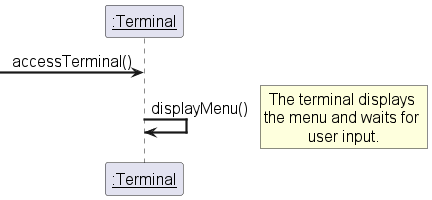
Cimpo1/SOEN342_2025 keeps this PlantUML diagram as Iteration 1/out/docs/Interaction design/accessTerminal Interaction Sequence Diagram.png. Above is the earlier version.
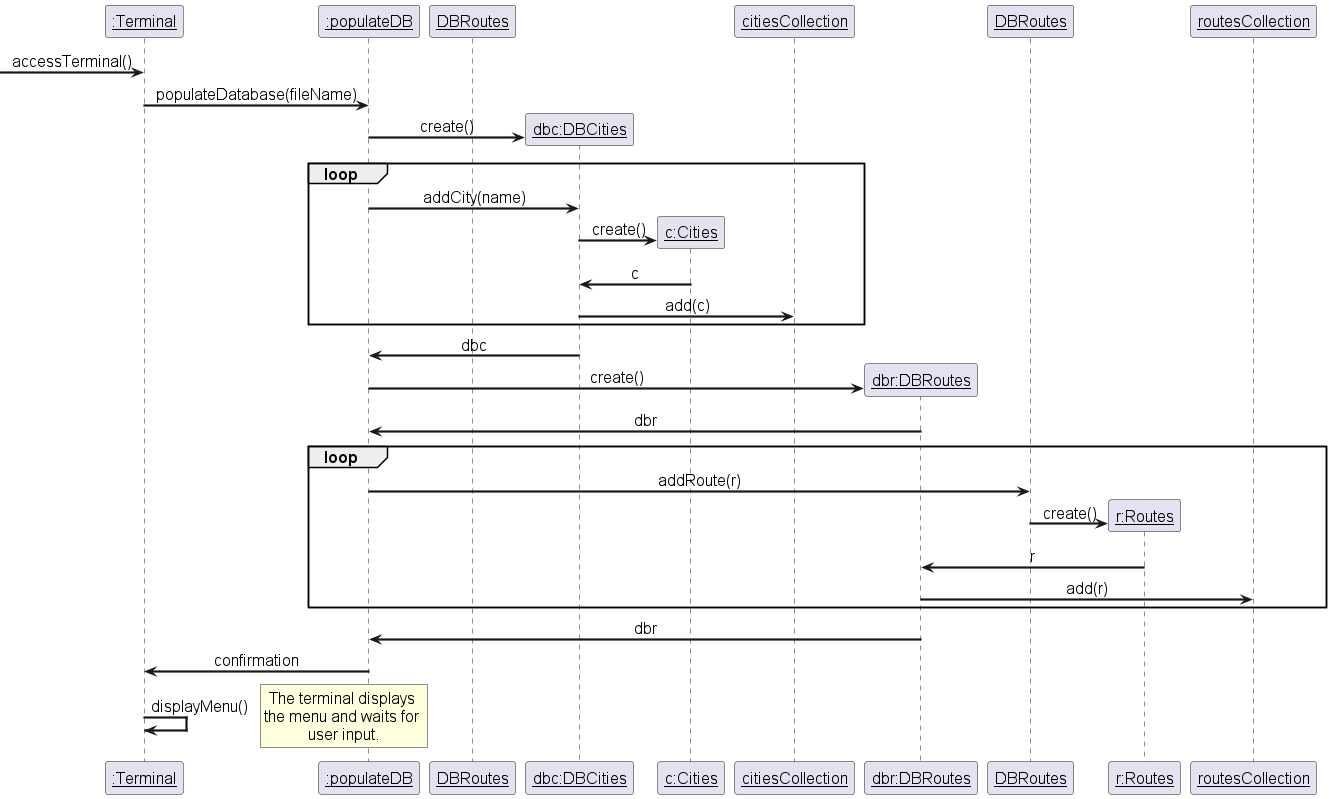
Above is the later version.

Commit message:
Adjusted the diagrams

The edit, as a diff of the source:
```diff
@@ -9,9 +9,35 @@
 hide empty members
 
 participant ":Terminal" as terminal
+participant ":populateDB" as populateDB
+participant "DBRoutes" as DBroutes
 
 ->terminal:accessTerminal()
+terminal -> populateDB: populateDatabase(fileName)
+create participant "dbc:DBCities" as dbCities
+populateDB -> dbCities: create()
+loop
+populateDB->dbCities:addCity(name)
+create participant "c:Cities" as cities
+dbCities->cities: create()
+cities->dbCities: c
+dbCities->citiesCollection: add(c)
+end
+dbCities->populateDB:dbc
+create participant "dbr:DBRoutes" as dbRoutes
+populateDB -> dbRoutes: create()
+dbRoutes -> populateDB:dbr
+loop
+populateDB -> DBRoutes: addRoute(r)
+create participant "r:Routes" as routes
+DBRoutes -> routes : create()
+routes->dbRoutes : r
+dbRoutes->routesCollection:add(r)
+end
+dbRoutes->populateDB:dbr
+populateDB -> terminal: confirmation
 terminal -> terminal: displayMenu()
+
 
 rnote right
     The terminal displays
```
